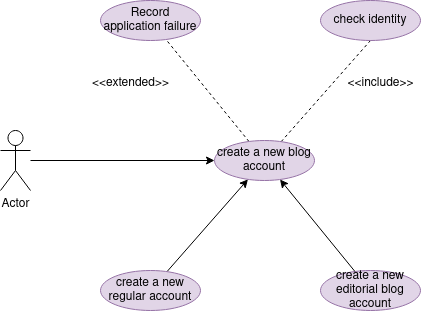
The draw.io diagram Unidad-1/Tareas/Ejer_calificable_Docente_(MR-2)/ejemplo1_casos de uso.drawio.png in liliguoz/Base-datos, before a commit. Source tidied: cells renumbered, new cells last; positions are measured from the earlier drawing's top-left corner, leaving out a move shared by most shapes.
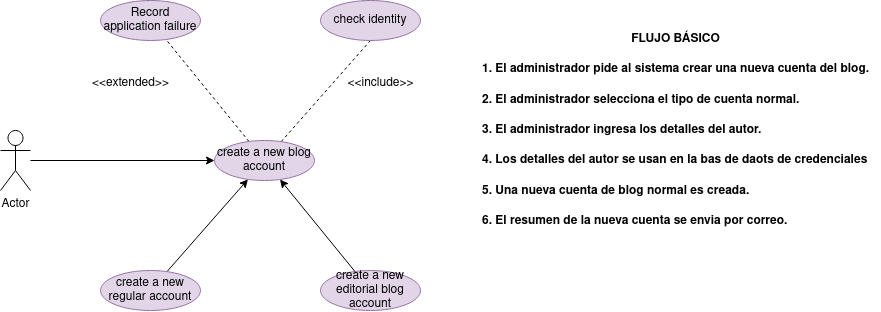
The same file after the commit.

What changed in the source:
```diff
@@ -41,5 +41,8 @@
     <mxCell id="14" style="rounded=0;jettySize=auto;html=1;" parent="1" edge="1" source="11" target="7">
       <mxGeometry relative="1" as="geometry" />
     </mxCell>
+    <mxCell id="15" value="&lt;div&gt;&lt;h4&gt;FLUJO BÁSICO&lt;/h4&gt;&lt;/div&gt;&lt;div align=&quot;left&quot;&gt;&lt;h4&gt;1. El administrador pide al sistema crear una nueva cuenta del blog.&lt;/h4&gt;&lt;/div&gt;&lt;div align=&quot;left&quot;&gt;&lt;h4&gt;2. El administrador selecciona el tipo de cuenta normal.&lt;/h4&gt;&lt;/div&gt;&lt;div align=&quot;left&quot;&gt;&lt;h4&gt;3. El administrador ingresa los detalles del autor.&lt;/h4&gt;&lt;/div&gt;&lt;div align=&quot;left&quot;&gt;&lt;h4&gt;4. Los detalles del autor se usan en la bas de daots de credenciales&lt;/h4&gt;&lt;/div&gt;&lt;div align=&quot;left&quot;&gt;&lt;h4&gt;5. Una nueva cuenta de blog normal es creada.&lt;/h4&gt;&lt;/div&gt;&lt;div align=&quot;left&quot;&gt;&lt;h4&gt;6. El resumen de la nueva cuenta se envia por correo.&lt;/h4&gt;&lt;/div&gt;" style="text;html=1;align=center;verticalAlign=middle;strokeColor=none;fillColor=none;" parent="1" vertex="1">
+      <mxGeometry x="470" y="10" width="410" height="240" as="geometry" />
+    </mxCell>
   </root>
 </mxGraphModel>
```
